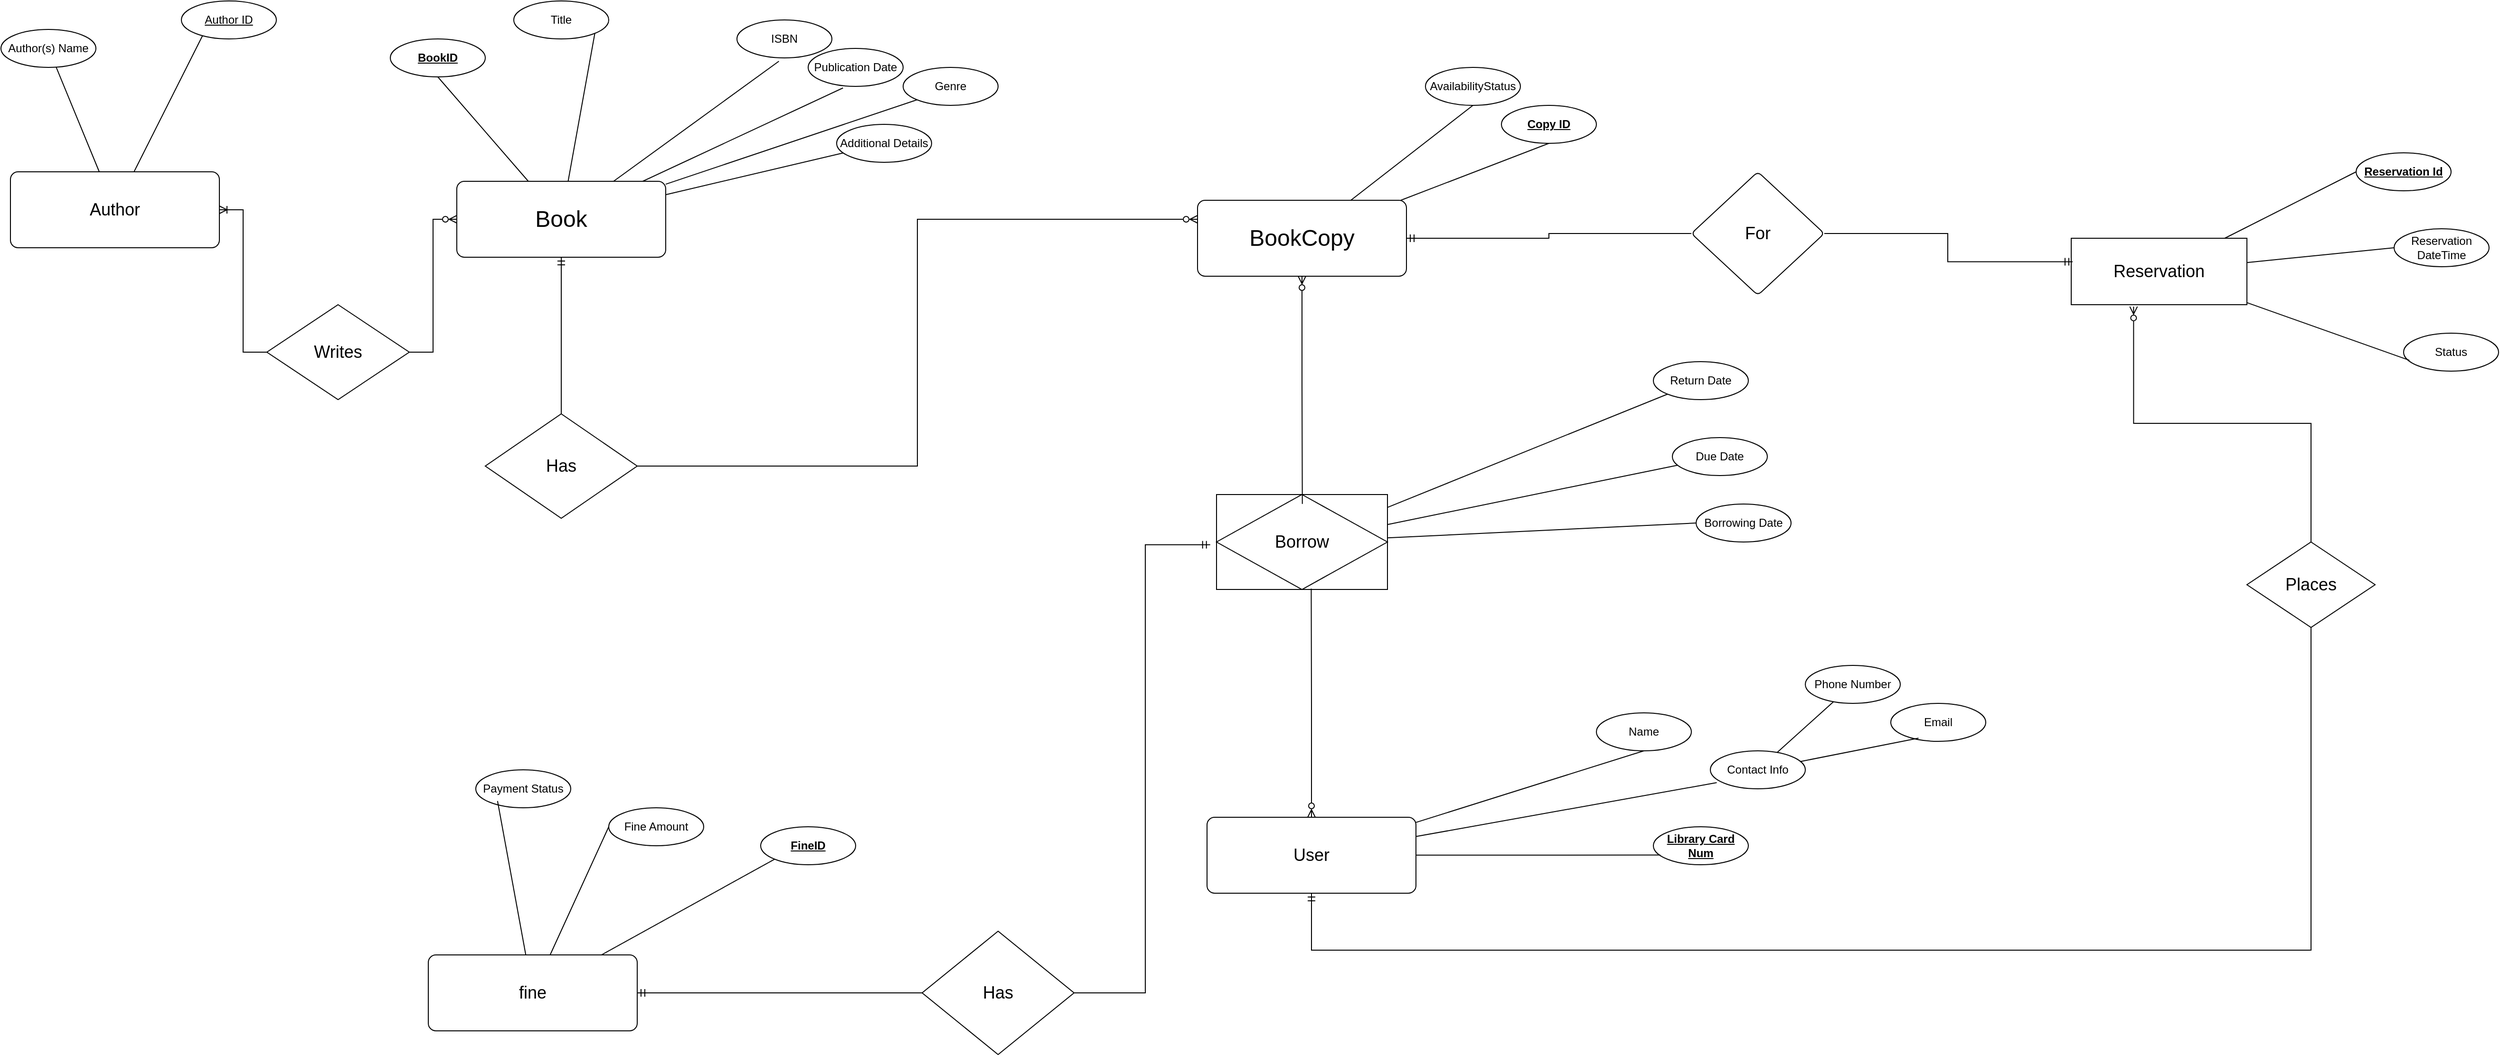
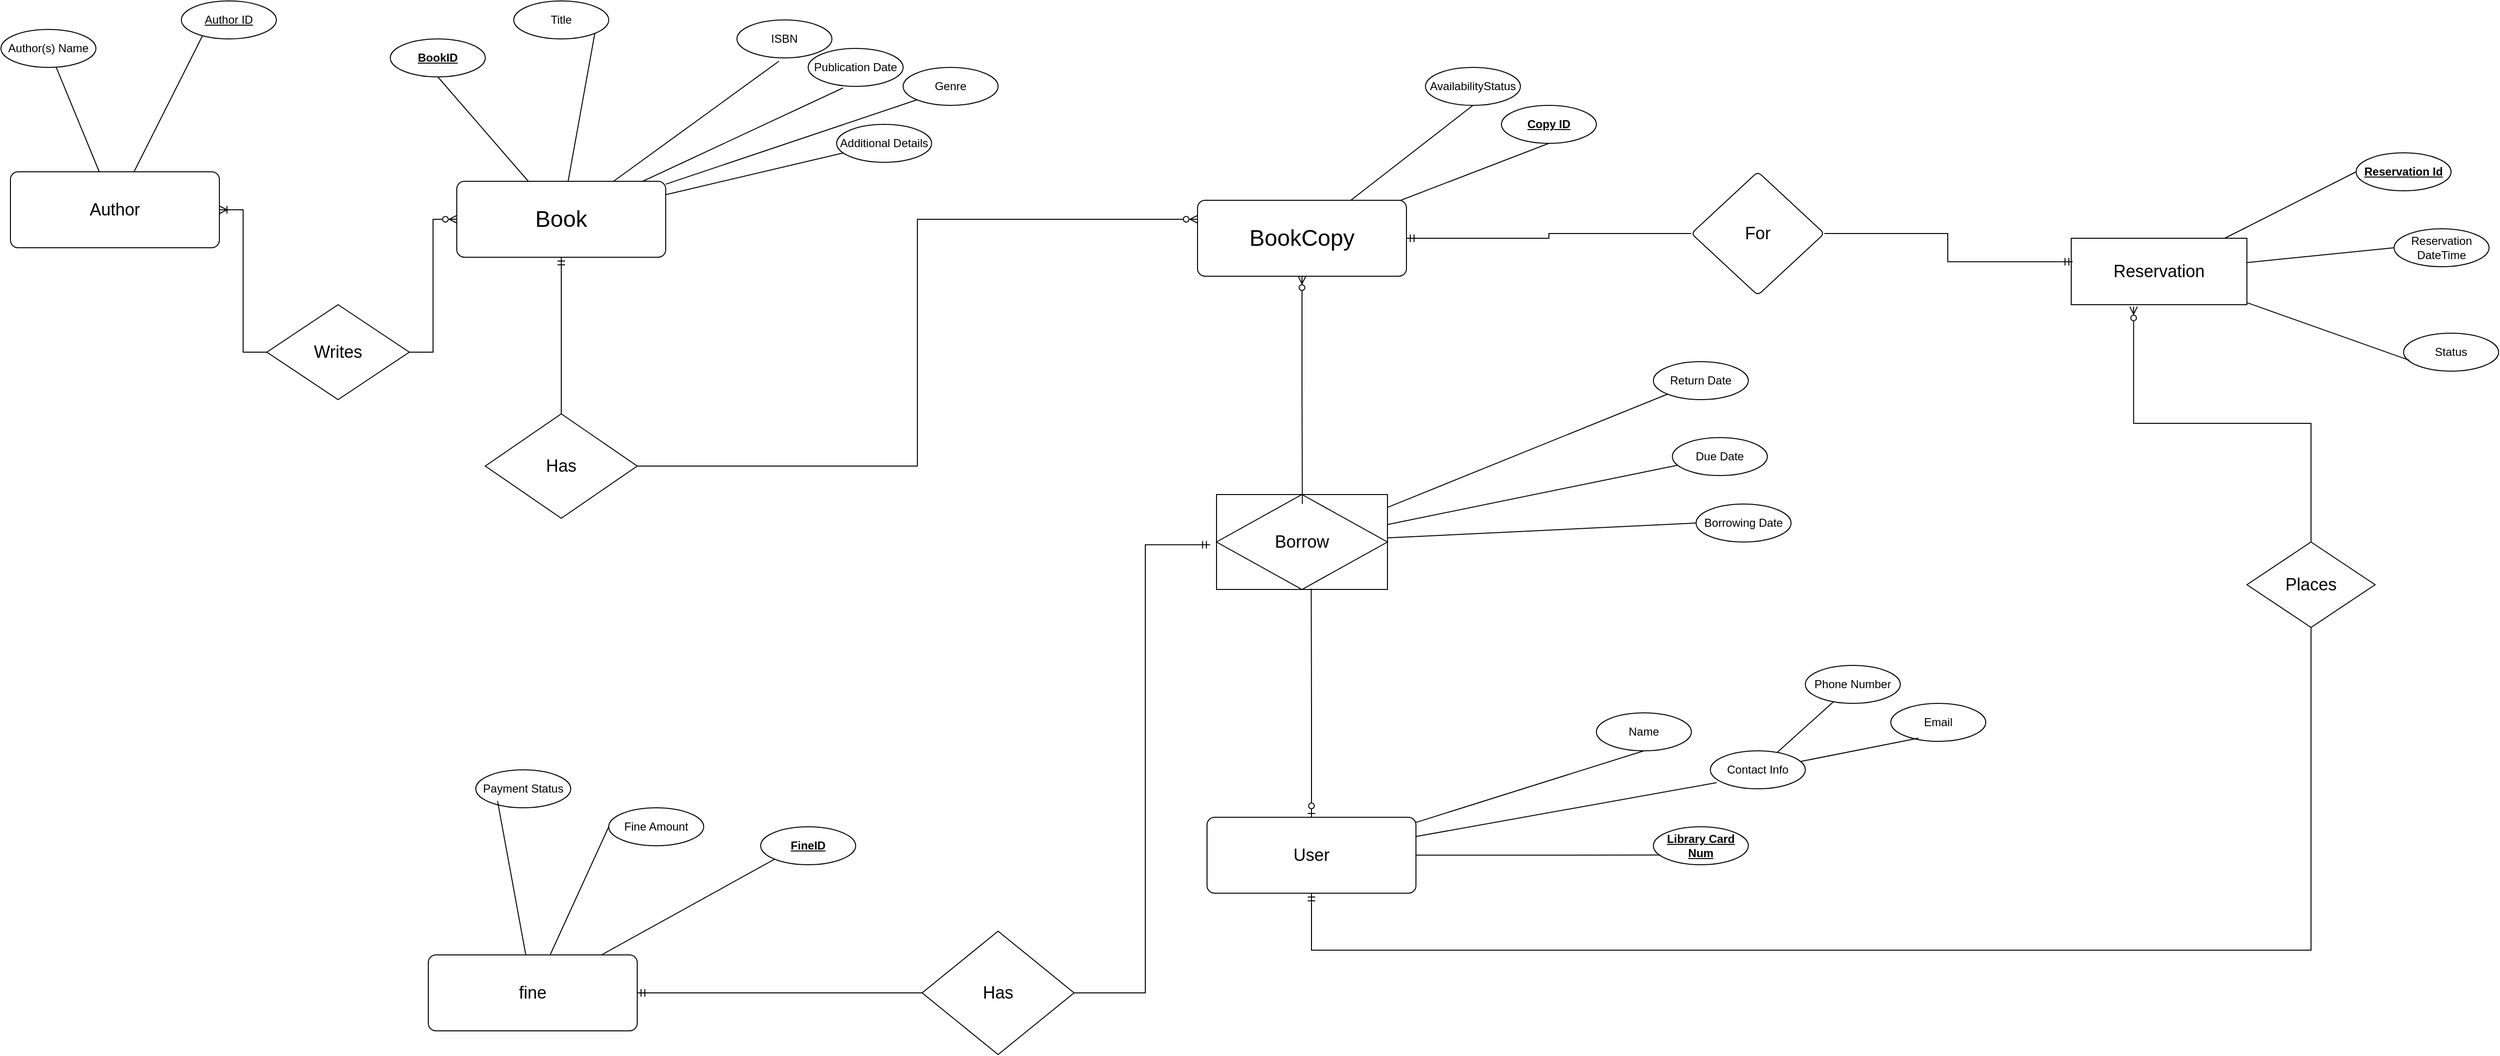
<mxfile host="app.diagrams.net">
  <diagram name="Page-1" id="B9Nwf9ZPLkXmfYra15Gt">
    <mxGraphModel dx="2298" dy="1789" grid="1" gridSize="10" guides="1" tooltips="1" connect="1" arrows="1" fold="1" page="1" pageScale="1" pageWidth="850" pageHeight="1100" math="0" shadow="0">
      <root>
        <mxCell id="0" />
        <mxCell id="1" parent="0" />
        <mxCell id="yqGJgnaFVJ7uCynHO3OM-8" edge="1" parent="1" source="yqGJgnaFVJ7uCynHO3OM-1" style="rounded=0;orthogonalLoop=1;jettySize=auto;html=1;entryX=0.5;entryY=1;entryDx=0;entryDy=0;endArrow=none;endFill=0;" target="yqGJgnaFVJ7uCynHO3OM-7">
          <mxGeometry relative="1" as="geometry" />
        </mxCell>
        <mxCell id="yqGJgnaFVJ7uCynHO3OM-9" edge="1" parent="1" source="yqGJgnaFVJ7uCynHO3OM-1" style="rounded=0;orthogonalLoop=1;jettySize=auto;html=1;entryX=1;entryY=1;entryDx=0;entryDy=0;endArrow=none;endFill=0;" target="yqGJgnaFVJ7uCynHO3OM-6">
          <mxGeometry relative="1" as="geometry" />
        </mxCell>
        <mxCell id="yqGJgnaFVJ7uCynHO3OM-14" edge="1" parent="1" source="yqGJgnaFVJ7uCynHO3OM-1" style="rounded=0;orthogonalLoop=1;jettySize=auto;html=1;entryX=0;entryY=1;entryDx=0;entryDy=0;endArrow=none;endFill=0;" target="yqGJgnaFVJ7uCynHO3OM-5">
          <mxGeometry relative="1" as="geometry" />
        </mxCell>
        <mxCell id="yqGJgnaFVJ7uCynHO3OM-16" edge="1" parent="1" source="yqGJgnaFVJ7uCynHO3OM-1" style="rounded=0;orthogonalLoop=1;jettySize=auto;html=1;endArrow=none;endFill=0;" target="yqGJgnaFVJ7uCynHO3OM-15">
          <mxGeometry relative="1" as="geometry" />
        </mxCell>
        <mxCell id="yqGJgnaFVJ7uCynHO3OM-65" edge="1" parent="1" source="yqGJgnaFVJ7uCynHO3OM-1" style="edgeStyle=orthogonalEdgeStyle;rounded=0;orthogonalLoop=1;jettySize=auto;html=1;startArrow=ERmandOne;startFill=0;endArrow=none;endFill=0;" target="yqGJgnaFVJ7uCynHO3OM-64">
          <mxGeometry relative="1" as="geometry" />
        </mxCell>
        <mxCell id="yqGJgnaFVJ7uCynHO3OM-1" parent="1" style="rounded=1;arcSize=10;whiteSpace=wrap;html=1;align=center;" value="&lt;font style=&quot;font-size: 24px;&quot;&gt;Book&lt;/font&gt;" vertex="1">
          <mxGeometry height="80" width="220" x="-30" y="110" as="geometry" />
        </mxCell>
        <mxCell id="yqGJgnaFVJ7uCynHO3OM-2" parent="1" style="ellipse;whiteSpace=wrap;html=1;align=center;" value="Author(s) Name" vertex="1">
          <mxGeometry height="40" width="100" x="-510" y="-50" as="geometry" />
        </mxCell>
        <mxCell id="yqGJgnaFVJ7uCynHO3OM-3" parent="1" style="ellipse;whiteSpace=wrap;html=1;align=center;" value="ISBN" vertex="1">
          <mxGeometry height="40" width="100" x="265" y="-60" as="geometry" />
        </mxCell>
        <mxCell id="yqGJgnaFVJ7uCynHO3OM-4" parent="1" style="ellipse;whiteSpace=wrap;html=1;align=center;" value="Publication Date" vertex="1">
          <mxGeometry height="40" width="100" x="340" y="-30" as="geometry" />
        </mxCell>
        <mxCell id="yqGJgnaFVJ7uCynHO3OM-5" parent="1" style="ellipse;whiteSpace=wrap;html=1;align=center;" value="Genre" vertex="1">
          <mxGeometry height="40" width="100" x="440" y="-10" as="geometry" />
        </mxCell>
        <mxCell id="yqGJgnaFVJ7uCynHO3OM-6" parent="1" style="ellipse;whiteSpace=wrap;html=1;align=center;" value="Title" vertex="1">
          <mxGeometry height="40" width="100" x="30" y="-80" as="geometry" />
        </mxCell>
        <mxCell id="yqGJgnaFVJ7uCynHO3OM-7" parent="1" style="ellipse;whiteSpace=wrap;html=1;align=center;" value="&lt;b&gt;&lt;u&gt;BookID&lt;/u&gt;&lt;/b&gt;" vertex="1">
          <mxGeometry height="40" width="100" x="-100" y="-40" as="geometry" />
        </mxCell>
        <mxCell id="yqGJgnaFVJ7uCynHO3OM-12" edge="1" parent="1" source="yqGJgnaFVJ7uCynHO3OM-1" style="rounded=0;orthogonalLoop=1;jettySize=auto;html=1;entryX=0.442;entryY=1.088;entryDx=0;entryDy=0;entryPerimeter=0;endArrow=none;endFill=0;" target="yqGJgnaFVJ7uCynHO3OM-3">
          <mxGeometry relative="1" as="geometry" />
        </mxCell>
        <mxCell id="yqGJgnaFVJ7uCynHO3OM-13" edge="1" parent="1" source="yqGJgnaFVJ7uCynHO3OM-1" style="rounded=0;orthogonalLoop=1;jettySize=auto;html=1;entryX=0.367;entryY=1.041;entryDx=0;entryDy=0;entryPerimeter=0;endArrow=none;endFill=0;" target="yqGJgnaFVJ7uCynHO3OM-4">
          <mxGeometry relative="1" as="geometry" />
        </mxCell>
        <mxCell id="yqGJgnaFVJ7uCynHO3OM-15" parent="1" style="ellipse;whiteSpace=wrap;html=1;align=center;" value="&lt;div&gt;Additional Details&lt;/div&gt;" vertex="1">
          <mxGeometry height="40" width="100" x="370" y="50" as="geometry" />
        </mxCell>
        <mxCell id="yqGJgnaFVJ7uCynHO3OM-19" edge="1" parent="1" source="yqGJgnaFVJ7uCynHO3OM-17" style="rounded=0;orthogonalLoop=1;jettySize=auto;html=1;entryX=0.5;entryY=1;entryDx=0;entryDy=0;endArrow=none;endFill=0;" target="yqGJgnaFVJ7uCynHO3OM-18">
          <mxGeometry relative="1" as="geometry" />
        </mxCell>
        <mxCell id="yqGJgnaFVJ7uCynHO3OM-21" edge="1" parent="1" source="yqGJgnaFVJ7uCynHO3OM-17" style="rounded=0;orthogonalLoop=1;jettySize=auto;html=1;entryX=0.5;entryY=1;entryDx=0;entryDy=0;endArrow=none;endFill=0;" target="yqGJgnaFVJ7uCynHO3OM-20">
          <mxGeometry relative="1" as="geometry" />
        </mxCell>
        <mxCell id="yqGJgnaFVJ7uCynHO3OM-77" edge="1" parent="1" source="yqGJgnaFVJ7uCynHO3OM-17" style="edgeStyle=orthogonalEdgeStyle;rounded=0;orthogonalLoop=1;jettySize=auto;html=1;endArrow=none;endFill=0;startArrow=ERmandOne;startFill=0;" target="yqGJgnaFVJ7uCynHO3OM-76" value="">
          <mxGeometry relative="1" as="geometry" />
        </mxCell>
        <mxCell id="yqGJgnaFVJ7uCynHO3OM-17" parent="1" style="rounded=1;arcSize=10;whiteSpace=wrap;html=1;align=center;" value="&lt;font style=&quot;font-size: 24px;&quot;&gt;BookCopy&lt;/font&gt;" vertex="1">
          <mxGeometry height="80" width="220" x="750" y="130" as="geometry" />
        </mxCell>
        <mxCell id="yqGJgnaFVJ7uCynHO3OM-18" parent="1" style="ellipse;whiteSpace=wrap;html=1;align=center;" value="&lt;u&gt;&lt;b&gt;Copy ID&lt;/b&gt;&lt;/u&gt;" vertex="1">
          <mxGeometry height="40" width="100" x="1070" y="30" as="geometry" />
        </mxCell>
        <mxCell id="yqGJgnaFVJ7uCynHO3OM-20" parent="1" style="ellipse;whiteSpace=wrap;html=1;align=center;" value="&lt;div&gt;AvailabilityStatus &lt;/div&gt;" vertex="1">
          <mxGeometry height="40" width="100" x="990" y="-10" as="geometry" />
        </mxCell>
        <mxCell id="yqGJgnaFVJ7uCynHO3OM-24" edge="1" parent="1" source="yqGJgnaFVJ7uCynHO3OM-22" style="rounded=0;orthogonalLoop=1;jettySize=auto;html=1;entryX=0.5;entryY=1;entryDx=0;entryDy=0;endArrow=none;endFill=0;" target="yqGJgnaFVJ7uCynHO3OM-23">
          <mxGeometry relative="1" as="geometry" />
        </mxCell>
        <mxCell id="yqGJgnaFVJ7uCynHO3OM-62" edge="1" parent="1" source="yqGJgnaFVJ7uCynHO3OM-33" style="edgeStyle=orthogonalEdgeStyle;rounded=0;orthogonalLoop=1;jettySize=auto;html=1;entryX=1;entryY=0.5;entryDx=0;entryDy=0;endArrow=none;endFill=0;startArrow=ERmandOne;startFill=0;exitX=-0.037;exitY=0.529;exitDx=0;exitDy=0;exitPerimeter=0;" target="yqGJgnaFVJ7uCynHO3OM-61">
          <mxGeometry relative="1" as="geometry" />
        </mxCell>
        <mxCell id="yqGJgnaFVJ7uCynHO3OM-90" edge="1" parent="1" source="yqGJgnaFVJ7uCynHO3OM-22" style="edgeStyle=orthogonalEdgeStyle;rounded=0;orthogonalLoop=1;jettySize=auto;html=1;entryX=0.5;entryY=1;entryDx=0;entryDy=0;endArrow=none;endFill=0;startArrow=ERmandOne;startFill=0;" target="yqGJgnaFVJ7uCynHO3OM-89">
          <mxGeometry relative="1" as="geometry">
            <Array as="points">
              <mxPoint x="870" y="920" />
              <mxPoint x="1922.55" y="920" />
            </Array>
          </mxGeometry>
        </mxCell>
        <mxCell id="yqGJgnaFVJ7uCynHO3OM-22" parent="1" style="rounded=1;arcSize=10;whiteSpace=wrap;html=1;align=center;" value="&lt;font style=&quot;font-size: 18px;&quot;&gt;User&lt;/font&gt;" vertex="1">
          <mxGeometry height="80" width="220" x="760" y="780" as="geometry" />
        </mxCell>
        <mxCell id="yqGJgnaFVJ7uCynHO3OM-23" parent="1" style="ellipse;whiteSpace=wrap;html=1;align=center;" value="Name" vertex="1">
          <mxGeometry height="40" width="100" x="1170" y="670" as="geometry" />
        </mxCell>
        <mxCell id="yqGJgnaFVJ7uCynHO3OM-44" edge="1" parent="1" source="yqGJgnaFVJ7uCynHO3OM-26" style="rounded=0;orthogonalLoop=1;jettySize=auto;html=1;endArrow=none;endFill=0;" target="yqGJgnaFVJ7uCynHO3OM-43" value="">
          <mxGeometry relative="1" as="geometry" />
        </mxCell>
        <mxCell id="yqGJgnaFVJ7uCynHO3OM-26" parent="1" style="ellipse;whiteSpace=wrap;html=1;align=center;" value="Contact Info" vertex="1">
          <mxGeometry height="40" width="100" x="1290" y="710" as="geometry" />
        </mxCell>
        <mxCell id="yqGJgnaFVJ7uCynHO3OM-29" edge="1" parent="1" source="yqGJgnaFVJ7uCynHO3OM-22" style="rounded=0;orthogonalLoop=1;jettySize=auto;html=1;entryX=0.067;entryY=0.838;entryDx=0;entryDy=0;entryPerimeter=0;endArrow=none;endFill=0;" target="yqGJgnaFVJ7uCynHO3OM-26">
          <mxGeometry relative="1" as="geometry" />
        </mxCell>
        <mxCell id="yqGJgnaFVJ7uCynHO3OM-30" parent="1" style="ellipse;whiteSpace=wrap;html=1;align=center;" value="&lt;u&gt;&lt;b&gt;Library Card Num&lt;/b&gt;&lt;/u&gt;" vertex="1">
          <mxGeometry height="40" width="100" x="1230" y="790" as="geometry" />
        </mxCell>
        <mxCell id="yqGJgnaFVJ7uCynHO3OM-31" edge="1" parent="1" source="yqGJgnaFVJ7uCynHO3OM-22" style="rounded=0;orthogonalLoop=1;jettySize=auto;html=1;entryX=0.073;entryY=0.744;entryDx=0;entryDy=0;entryPerimeter=0;endArrow=none;endFill=0;" target="yqGJgnaFVJ7uCynHO3OM-30">
          <mxGeometry relative="1" as="geometry" />
        </mxCell>
        <mxCell id="yqGJgnaFVJ7uCynHO3OM-48" edge="1" parent="1" source="yqGJgnaFVJ7uCynHO3OM-33" style="rounded=0;orthogonalLoop=1;jettySize=auto;html=1;endArrow=none;endFill=0;" target="yqGJgnaFVJ7uCynHO3OM-40">
          <mxGeometry relative="1" as="geometry" />
        </mxCell>
        <mxCell id="yqGJgnaFVJ7uCynHO3OM-49" edge="1" parent="1" source="yqGJgnaFVJ7uCynHO3OM-33" style="rounded=0;orthogonalLoop=1;jettySize=auto;html=1;endArrow=none;endFill=0;" target="yqGJgnaFVJ7uCynHO3OM-36">
          <mxGeometry relative="1" as="geometry" />
        </mxCell>
        <mxCell id="yqGJgnaFVJ7uCynHO3OM-33" parent="1" style="shape=associativeEntity;whiteSpace=wrap;html=1;align=center;" value="&lt;font style=&quot;font-size: 18px;&quot;&gt;Borrow&lt;/font&gt;" vertex="1">
          <mxGeometry height="100" width="180" x="770" y="440" as="geometry" />
        </mxCell>
        <mxCell id="yqGJgnaFVJ7uCynHO3OM-36" parent="1" style="ellipse;whiteSpace=wrap;html=1;align=center;" value="Return Date" vertex="1">
          <mxGeometry height="40" width="100" x="1230" y="300" as="geometry" />
        </mxCell>
        <mxCell id="yqGJgnaFVJ7uCynHO3OM-39" parent="1" style="ellipse;whiteSpace=wrap;html=1;align=center;" value="Borrowing Date" vertex="1">
          <mxGeometry height="40" width="100" x="1275" y="450" as="geometry" />
        </mxCell>
        <mxCell id="yqGJgnaFVJ7uCynHO3OM-40" parent="1" style="ellipse;whiteSpace=wrap;html=1;align=center;" value="Due Date" vertex="1">
          <mxGeometry height="40" width="100" x="1250" y="380" as="geometry" />
        </mxCell>
        <mxCell id="yqGJgnaFVJ7uCynHO3OM-43" parent="1" style="ellipse;whiteSpace=wrap;html=1;align=center;" value="Phone Number" vertex="1">
          <mxGeometry height="40" width="100" x="1390" y="620" as="geometry" />
        </mxCell>
        <mxCell id="yqGJgnaFVJ7uCynHO3OM-45" parent="1" style="ellipse;whiteSpace=wrap;html=1;align=center;" value="Email" vertex="1">
          <mxGeometry height="40" width="100" x="1480" y="660" as="geometry" />
        </mxCell>
        <mxCell id="yqGJgnaFVJ7uCynHO3OM-46" edge="1" parent="1" source="yqGJgnaFVJ7uCynHO3OM-26" style="rounded=0;orthogonalLoop=1;jettySize=auto;html=1;entryX=0.292;entryY=0.916;entryDx=0;entryDy=0;entryPerimeter=0;endArrow=none;endFill=0;" target="yqGJgnaFVJ7uCynHO3OM-45">
          <mxGeometry relative="1" as="geometry" />
        </mxCell>
        <mxCell id="yqGJgnaFVJ7uCynHO3OM-47" edge="1" parent="1" source="yqGJgnaFVJ7uCynHO3OM-33" style="rounded=0;orthogonalLoop=1;jettySize=auto;html=1;entryX=0;entryY=0.5;entryDx=0;entryDy=0;endArrow=none;endFill=0;" target="yqGJgnaFVJ7uCynHO3OM-39">
          <mxGeometry relative="1" as="geometry" />
        </mxCell>
        <mxCell id="yqGJgnaFVJ7uCynHO3OM-54" edge="1" parent="1" source="yqGJgnaFVJ7uCynHO3OM-50" style="rounded=0;orthogonalLoop=1;jettySize=auto;html=1;entryX=0;entryY=0.5;entryDx=0;entryDy=0;endArrow=none;endFill=0;" target="yqGJgnaFVJ7uCynHO3OM-53">
          <mxGeometry relative="1" as="geometry" />
        </mxCell>
        <mxCell id="yqGJgnaFVJ7uCynHO3OM-87" edge="1" parent="1" source="yqGJgnaFVJ7uCynHO3OM-50" style="rounded=0;orthogonalLoop=1;jettySize=auto;html=1;entryX=0;entryY=1;entryDx=0;entryDy=0;endArrow=none;endFill=0;" target="yqGJgnaFVJ7uCynHO3OM-86">
          <mxGeometry relative="1" as="geometry" />
        </mxCell>
        <mxCell id="yqGJgnaFVJ7uCynHO3OM-50" parent="1" style="rounded=1;arcSize=10;whiteSpace=wrap;html=1;align=center;" value="&lt;font style=&quot;font-size: 18px;&quot;&gt;fine&lt;/font&gt;" vertex="1">
          <mxGeometry height="80" width="220" x="-60" y="925" as="geometry" />
        </mxCell>
        <mxCell id="yqGJgnaFVJ7uCynHO3OM-51" parent="1" style="ellipse;whiteSpace=wrap;html=1;align=center;" value="Payment Status" vertex="1">
          <mxGeometry height="40" width="100" x="-10" y="730" as="geometry" />
        </mxCell>
        <mxCell id="yqGJgnaFVJ7uCynHO3OM-52" edge="1" parent="1" source="yqGJgnaFVJ7uCynHO3OM-50" style="rounded=0;orthogonalLoop=1;jettySize=auto;html=1;entryX=0.229;entryY=0.822;entryDx=0;entryDy=0;entryPerimeter=0;endArrow=none;endFill=0;" target="yqGJgnaFVJ7uCynHO3OM-51">
          <mxGeometry relative="1" as="geometry" />
        </mxCell>
        <mxCell id="yqGJgnaFVJ7uCynHO3OM-53" parent="1" style="ellipse;whiteSpace=wrap;html=1;align=center;" value="Fine Amount" vertex="1">
          <mxGeometry height="40" width="100" x="130" y="770" as="geometry" />
        </mxCell>
-         <mxCell id="yqGJgnaFVJ7uCynHO3OM-57" edge="1" parent="1" source="yqGJgnaFVJ7uCynHO3OM-22" style="edgeStyle=orthogonalEdgeStyle;rounded=0;orthogonalLoop=1;jettySize=auto;html=1;entryX=0.554;entryY=0.991;entryDx=0;entryDy=0;entryPerimeter=0;endArrow=none;endFill=0;startArrow=ERzeroToMany;startFill=0;" target="yqGJgnaFVJ7uCynHO3OM-33">
+         <mxCell id="yqGJgnaFVJ7uCynHO3OM-57" edge="1" parent="1" source="yqGJgnaFVJ7uCynHO3OM-22" style="edgeStyle=orthogonalEdgeStyle;rounded=0;orthogonalLoop=1;jettySize=auto;html=1;entryX=0.554;entryY=0.991;entryDx=0;entryDy=0;entryPerimeter=0;endArrow=none;endFill=0;startArrow=ERzeroToOne;startFill=0;" target="yqGJgnaFVJ7uCynHO3OM-33">
          <mxGeometry relative="1" as="geometry" />
        </mxCell>
        <mxCell id="yqGJgnaFVJ7uCynHO3OM-59" edge="1" parent="1" source="yqGJgnaFVJ7uCynHO3OM-17" style="edgeStyle=orthogonalEdgeStyle;rounded=0;orthogonalLoop=1;jettySize=auto;html=1;entryX=0.502;entryY=0.099;entryDx=0;entryDy=0;entryPerimeter=0;endArrow=none;endFill=0;startArrow=ERzeroToMany;startFill=0;" target="yqGJgnaFVJ7uCynHO3OM-33">
          <mxGeometry relative="1" as="geometry" />
        </mxCell>
        <mxCell id="yqGJgnaFVJ7uCynHO3OM-63" edge="1" parent="1" source="yqGJgnaFVJ7uCynHO3OM-61" style="edgeStyle=orthogonalEdgeStyle;rounded=0;orthogonalLoop=1;jettySize=auto;html=1;entryX=1;entryY=0.5;entryDx=0;entryDy=0;endArrow=ERmandOne;endFill=0;startArrow=none;startFill=0;" target="yqGJgnaFVJ7uCynHO3OM-50">
          <mxGeometry relative="1" as="geometry" />
        </mxCell>
        <mxCell id="yqGJgnaFVJ7uCynHO3OM-61" parent="1" style="shape=rhombus;perimeter=rhombusPerimeter;whiteSpace=wrap;html=1;align=center;" value="&lt;font style=&quot;font-size: 18px;&quot;&gt;Has&lt;/font&gt;" vertex="1">
          <mxGeometry height="130" width="160" x="460" y="900" as="geometry" />
        </mxCell>
        <mxCell id="yqGJgnaFVJ7uCynHO3OM-66" edge="1" parent="1" source="yqGJgnaFVJ7uCynHO3OM-64" style="edgeStyle=orthogonalEdgeStyle;rounded=0;orthogonalLoop=1;jettySize=auto;html=1;entryX=0;entryY=0.25;entryDx=0;entryDy=0;endArrow=ERzeroToMany;endFill=0;" target="yqGJgnaFVJ7uCynHO3OM-17">
          <mxGeometry relative="1" as="geometry" />
        </mxCell>
        <mxCell id="yqGJgnaFVJ7uCynHO3OM-64" parent="1" style="shape=rhombus;perimeter=rhombusPerimeter;whiteSpace=wrap;html=1;align=center;" value="&lt;font style=&quot;font-size: 18px;&quot;&gt;Has&lt;/font&gt;" vertex="1">
          <mxGeometry height="110" width="160" y="355" as="geometry" />
        </mxCell>
        <mxCell id="yqGJgnaFVJ7uCynHO3OM-70" edge="1" parent="1" source="yqGJgnaFVJ7uCynHO3OM-68" style="rounded=0;orthogonalLoop=1;jettySize=auto;html=1;entryX=0;entryY=0.5;entryDx=0;entryDy=0;endArrow=none;endFill=0;" target="yqGJgnaFVJ7uCynHO3OM-69">
          <mxGeometry relative="1" as="geometry" />
        </mxCell>
        <mxCell id="yqGJgnaFVJ7uCynHO3OM-68" parent="1" style="whiteSpace=wrap;html=1;" value="&lt;font style=&quot;font-size: 18px;&quot;&gt;Reservation&lt;/font&gt;" vertex="1">
          <mxGeometry height="70" width="185" x="1670" y="170" as="geometry" />
        </mxCell>
        <mxCell id="yqGJgnaFVJ7uCynHO3OM-69" parent="1" style="ellipse;whiteSpace=wrap;html=1;align=center;" value="&lt;b&gt;&lt;u&gt;Reservation Id&lt;/u&gt;&lt;/b&gt;" vertex="1">
          <mxGeometry height="40" width="100" x="1970" y="80" as="geometry" />
        </mxCell>
        <mxCell id="yqGJgnaFVJ7uCynHO3OM-71" parent="1" style="ellipse;whiteSpace=wrap;html=1;align=center;" value="Reservation DateTime" vertex="1">
          <mxGeometry height="40" width="100" x="2010" y="160" as="geometry" />
        </mxCell>
        <mxCell id="yqGJgnaFVJ7uCynHO3OM-72" edge="1" parent="1" source="yqGJgnaFVJ7uCynHO3OM-68" style="rounded=0;orthogonalLoop=1;jettySize=auto;html=1;entryX=0;entryY=0.5;entryDx=0;entryDy=0;endArrow=none;endFill=0;" target="yqGJgnaFVJ7uCynHO3OM-71">
          <mxGeometry relative="1" as="geometry" />
        </mxCell>
        <mxCell id="yqGJgnaFVJ7uCynHO3OM-74" parent="1" style="ellipse;whiteSpace=wrap;html=1;align=center;" value="Status" vertex="1">
          <mxGeometry height="40" width="100" x="2020" y="270" as="geometry" />
        </mxCell>
        <mxCell id="yqGJgnaFVJ7uCynHO3OM-75" edge="1" parent="1" source="yqGJgnaFVJ7uCynHO3OM-68" style="rounded=0;orthogonalLoop=1;jettySize=auto;html=1;entryX=0.061;entryY=0.714;entryDx=0;entryDy=0;entryPerimeter=0;endArrow=none;endFill=0;" target="yqGJgnaFVJ7uCynHO3OM-74">
          <mxGeometry relative="1" as="geometry" />
        </mxCell>
        <mxCell id="yqGJgnaFVJ7uCynHO3OM-76" parent="1" style="rhombus;whiteSpace=wrap;html=1;rounded=1;arcSize=10;" value="&lt;font style=&quot;font-size: 18px;&quot;&gt;For&lt;/font&gt;" vertex="1">
          <mxGeometry height="130" width="140" x="1270" y="100" as="geometry" />
        </mxCell>
        <mxCell id="yqGJgnaFVJ7uCynHO3OM-78" edge="1" parent="1" source="yqGJgnaFVJ7uCynHO3OM-76" style="edgeStyle=orthogonalEdgeStyle;rounded=0;orthogonalLoop=1;jettySize=auto;html=1;entryX=0.008;entryY=0.353;entryDx=0;entryDy=0;entryPerimeter=0;endArrow=ERmandOne;endFill=0;" target="yqGJgnaFVJ7uCynHO3OM-68">
          <mxGeometry relative="1" as="geometry" />
        </mxCell>
        <mxCell id="yqGJgnaFVJ7uCynHO3OM-80" edge="1" parent="1" source="yqGJgnaFVJ7uCynHO3OM-79" style="rounded=0;orthogonalLoop=1;jettySize=auto;html=1;endArrow=none;endFill=0;" target="yqGJgnaFVJ7uCynHO3OM-2">
          <mxGeometry relative="1" as="geometry" />
        </mxCell>
        <mxCell id="yqGJgnaFVJ7uCynHO3OM-84" edge="1" parent="1" source="yqGJgnaFVJ7uCynHO3OM-79" style="edgeStyle=orthogonalEdgeStyle;rounded=0;orthogonalLoop=1;jettySize=auto;html=1;entryX=0;entryY=0.5;entryDx=0;entryDy=0;endArrow=none;endFill=0;startArrow=ERoneToMany;startFill=0;" target="yqGJgnaFVJ7uCynHO3OM-83">
          <mxGeometry relative="1" as="geometry" />
        </mxCell>
        <mxCell id="yqGJgnaFVJ7uCynHO3OM-79" parent="1" style="rounded=1;arcSize=10;whiteSpace=wrap;html=1;align=center;" value="&lt;font style=&quot;font-size: 18px;&quot;&gt;Author&lt;/font&gt;" vertex="1">
          <mxGeometry height="80" width="220" x="-500" y="100" as="geometry" />
        </mxCell>
        <mxCell id="yqGJgnaFVJ7uCynHO3OM-81" parent="1" style="ellipse;whiteSpace=wrap;html=1;align=center;" value="&lt;u&gt;Author ID&lt;/u&gt;" vertex="1">
          <mxGeometry height="40" width="100" x="-320" y="-80" as="geometry" />
        </mxCell>
        <mxCell id="yqGJgnaFVJ7uCynHO3OM-82" edge="1" parent="1" source="yqGJgnaFVJ7uCynHO3OM-79" style="rounded=0;orthogonalLoop=1;jettySize=auto;html=1;entryX=0.222;entryY=0.918;entryDx=0;entryDy=0;entryPerimeter=0;endArrow=none;endFill=0;" target="yqGJgnaFVJ7uCynHO3OM-81">
          <mxGeometry relative="1" as="geometry" />
        </mxCell>
        <mxCell id="yqGJgnaFVJ7uCynHO3OM-85" edge="1" parent="1" source="yqGJgnaFVJ7uCynHO3OM-83" style="edgeStyle=orthogonalEdgeStyle;rounded=0;orthogonalLoop=1;jettySize=auto;html=1;entryX=0;entryY=0.5;entryDx=0;entryDy=0;endArrow=ERzeroToMany;endFill=0;" target="yqGJgnaFVJ7uCynHO3OM-1">
          <mxGeometry relative="1" as="geometry" />
        </mxCell>
        <mxCell id="yqGJgnaFVJ7uCynHO3OM-83" parent="1" style="shape=rhombus;perimeter=rhombusPerimeter;whiteSpace=wrap;html=1;align=center;" value="&lt;font style=&quot;font-size: 18px;&quot;&gt;Writes&lt;/font&gt;" vertex="1">
          <mxGeometry height="100" width="150" x="-230" y="240" as="geometry" />
        </mxCell>
        <mxCell id="yqGJgnaFVJ7uCynHO3OM-86" parent="1" style="ellipse;whiteSpace=wrap;html=1;align=center;" value="&lt;b&gt;&lt;u&gt;FineID&lt;/u&gt;&lt;/b&gt;" vertex="1">
          <mxGeometry height="40" width="100" x="290" y="790" as="geometry" />
        </mxCell>
        <mxCell id="yqGJgnaFVJ7uCynHO3OM-89" parent="1" style="shape=rhombus;perimeter=rhombusPerimeter;whiteSpace=wrap;html=1;align=center;" value="&lt;font style=&quot;font-size: 18px;&quot;&gt;Places&lt;/font&gt;" vertex="1">
          <mxGeometry height="90" width="135" x="1855" y="490" as="geometry" />
        </mxCell>
        <mxCell id="yqGJgnaFVJ7uCynHO3OM-91" edge="1" parent="1" source="yqGJgnaFVJ7uCynHO3OM-89" style="edgeStyle=orthogonalEdgeStyle;rounded=0;orthogonalLoop=1;jettySize=auto;html=1;entryX=0.355;entryY=1.028;entryDx=0;entryDy=0;entryPerimeter=0;endArrow=ERzeroToMany;endFill=0;startArrow=none;startFill=0;" target="yqGJgnaFVJ7uCynHO3OM-68">
          <mxGeometry relative="1" as="geometry" />
        </mxCell>
      </root>
    </mxGraphModel>
  </diagram>
</mxfile>
